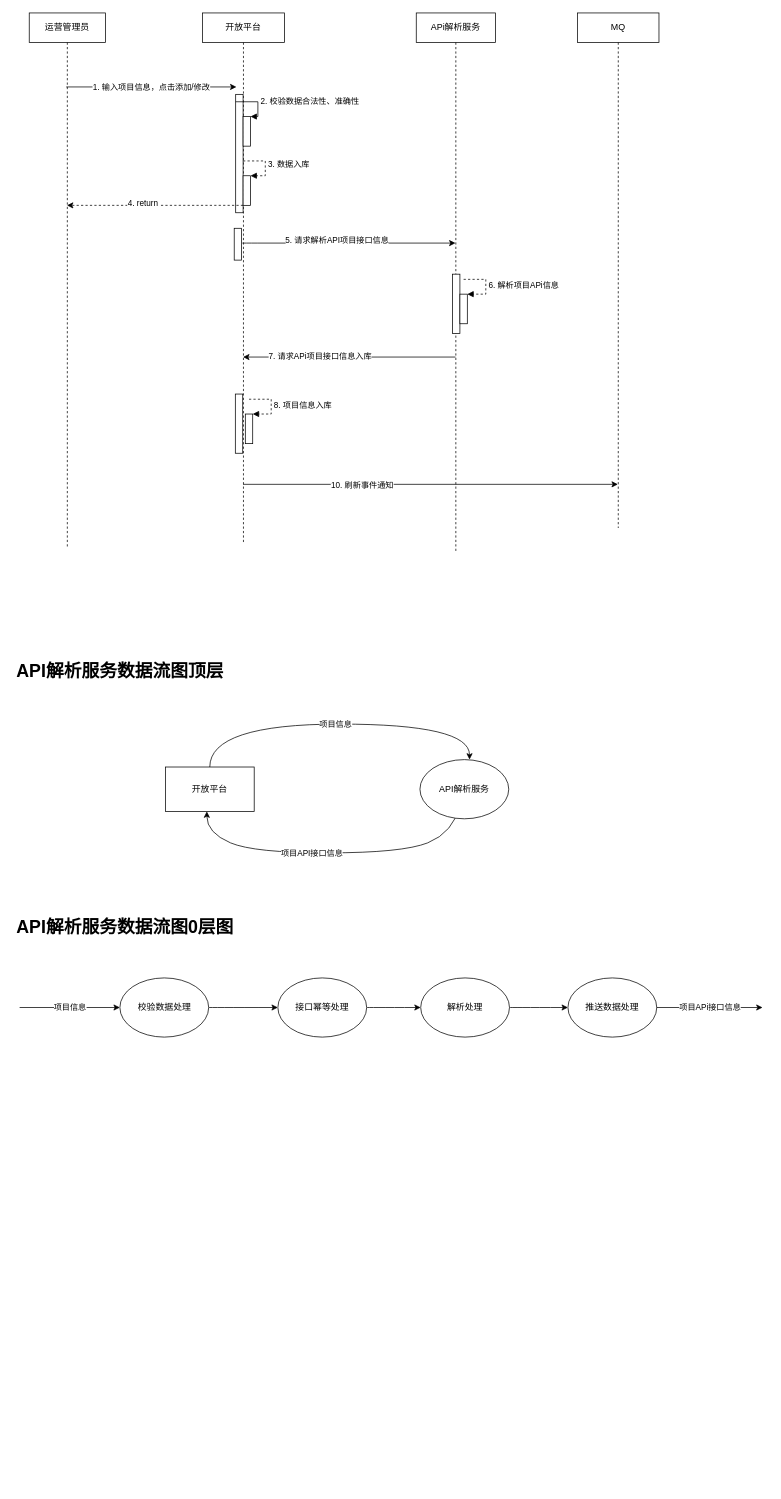
Above: 开放平台添加项目功能.drawio in laowang-cloud/diagrams (draw.io), before the change. Source tidied: cells renumbered, new cells numbered last; positions are measured from the earlier drawing's top-left corner, leaving out a move shared by most shapes. Both pictures are drawn from the tidied source at 74%, with x=0, y=0 at pixel (13, 13).
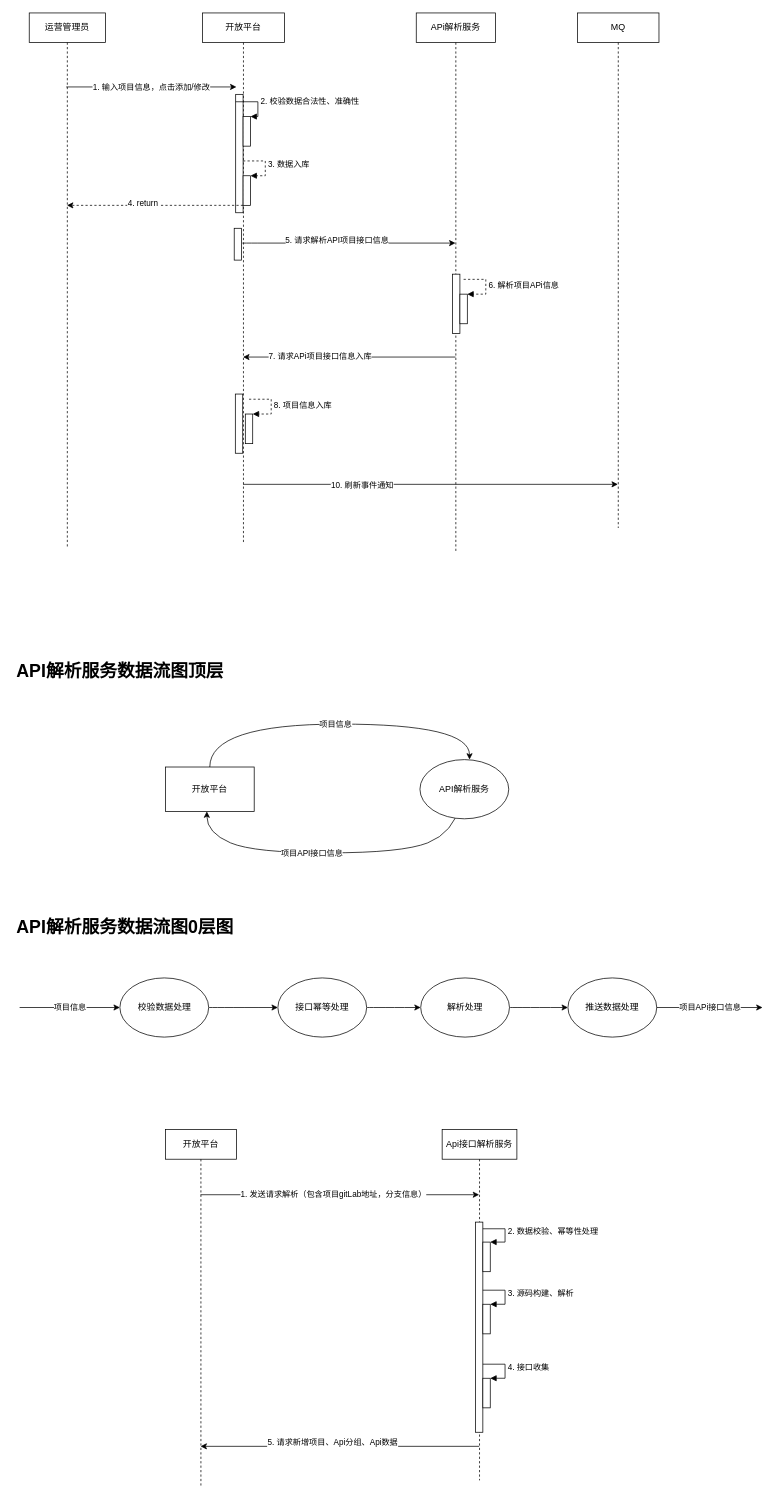
After the change.

Commit message:
更新开放平台添加项目功能.drawio

The edit, as a diff of the source:
```diff
@@
+    <mxCell id="44" value="开放平台" style="shape=umlLifeline;perimeter=lifelinePerimeter;whiteSpace=wrap;html=1;outlineConnect=0;" parent="1" vertex="1">
+      <mxGeometry x="206" y="1509" width="96" height="482" as="geometry" />
+    </mxCell>
+    <mxCell id="45" value="Api接口解析服务" style="shape=umlLifeline;perimeter=lifelinePerimeter;whiteSpace=wrap;html=1;outlineConnect=0;" parent="1" vertex="1">
+      <mxGeometry x="580" y="1509" width="101" height="474" as="geometry" />
+    </mxCell>
+    <mxCell id="46" style="html=1;perimeter=orthogonalPerimeter;" parent="45" vertex="1">
+      <mxGeometry x="45" y="125" width="10" height="284" as="geometry" />
+    </mxCell>
+    <mxCell id="47" style="html=1;points=[];perimeter=orthogonalPerimeter;" parent="45" vertex="1">
+      <mxGeometry x="55" y="152" width="10" height="40" as="geometry" />
+    </mxCell>
+    <mxCell id="48" value="2. 数据校验、幂等性处理" style="edgeStyle=orthogonalEdgeStyle;html=1;align=left;spacingLeft=2;endArrow=block;rounded=0;entryX=1;entryY=0;" parent="45" edge="1" target="47">
+      <mxGeometry relative="1" as="geometry">
+        <mxPoint x="55" y="134" as="sourcePoint" />
+        <Array as="points">
+          <mxPoint x="85" y="134" />
+        </Array>
+      </mxGeometry>
+    </mxCell>
+    <mxCell id="49" style="html=1;points=[];perimeter=orthogonalPerimeter;" parent="45" vertex="1">
+      <mxGeometry x="55" y="236" width="10" height="40" as="geometry" />
+    </mxCell>
+    <mxCell id="50" value="3. 源码构建、解析" style="edgeStyle=orthogonalEdgeStyle;html=1;align=left;spacingLeft=2;endArrow=block;rounded=0;entryX=1;entryY=0;" parent="45" edge="1" target="49">
+      <mxGeometry relative="1" as="geometry">
+        <mxPoint x="55" y="217" as="sourcePoint" />
+        <Array as="points">
+          <mxPoint x="85" y="217" />
+        </Array>
+      </mxGeometry>
+    </mxCell>
+    <mxCell id="51" style="html=1;points=[];perimeter=orthogonalPerimeter;" parent="45" vertex="1">
+      <mxGeometry x="55" y="336" width="10" height="40" as="geometry" />
+    </mxCell>
+    <mxCell id="52" value="4. 接口收集" style="edgeStyle=orthogonalEdgeStyle;html=1;align=left;spacingLeft=2;endArrow=block;rounded=0;entryX=1;entryY=0;" parent="45" edge="1" target="51">
+      <mxGeometry relative="1" as="geometry">
+        <mxPoint x="55" y="317" as="sourcePoint" />
+        <Array as="points">
+          <mxPoint x="85" y="317" />
+        </Array>
+      </mxGeometry>
+    </mxCell>
+    <mxCell id="53" style="endArrow=classic;html=1;" parent="1" edge="1" source="44" target="45">
+      <mxGeometry relative="1" as="geometry">
+        <Array as="points">
+          <mxPoint x="342" y="1597" />
+        </Array>
+      </mxGeometry>
+    </mxCell>
+    <mxCell id="54" value="1. 发送请求解析（包含项目gitLab地址，分支信息）" style="edgeLabel;html=1;align=center;verticalAlign=middle;" parent="53" vertex="1">
+      <mxGeometry x="-0.28" y="-1" relative="1" as="geometry">
+        <mxPoint x="43" y="-2" as="offset" />
+      </mxGeometry>
+    </mxCell>
+    <mxCell id="55" style="endArrow=classic;html=1;" parent="1" edge="1" source="45" target="44">
+      <mxGeometry relative="1" as="geometry">
+        <Array as="points">
+          <mxPoint x="434" y="1937" />
+        </Array>
+      </mxGeometry>
+    </mxCell>
+    <mxCell id="56" value="5. 请求新增项目、Api分组、Api数据" style="edgeLabel;html=1;align=center;verticalAlign=middle;" parent="55" vertex="1">
+      <mxGeometry x="0.34" y="3" relative="1" as="geometry">
+        <mxPoint x="53" y="-9" as="offset" />
+      </mxGeometry>
+    </mxCell>
```
